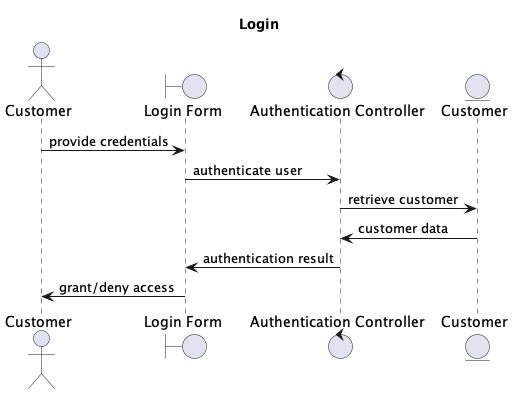
This is Analysis/Login_Robustness/Login_Robustness.png from nongxu/CSCI_6234_Spring_2026_G02, a PlantUML export, as it was before one commit. Source of this version:
```plantuml
@startuml
title Login

actor Customer

boundary "Login Form" as loginForm

control "Authentication Controller" as authControl

entity "Customer" as customerEntity

Customer -> loginForm : provide credentials
loginForm -> authControl : authenticate user
authControl -> customerEntity : retrieve customer
customerEntity -> authControl : customer data
authControl -> loginForm : authentication result
loginForm -> Customer : grant/deny access

@enduml
```
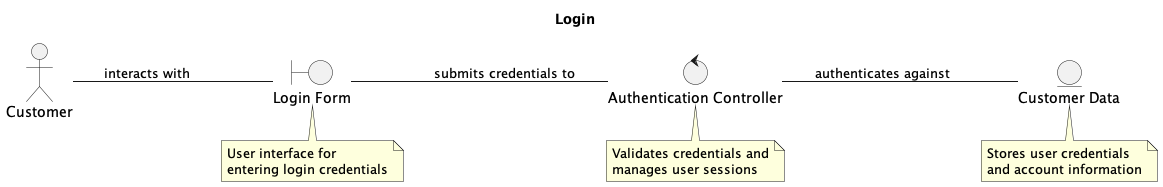
After the change.

The edit, as a diff of the source:
```diff
@@ -1,4 +1,6 @@
 @startuml
+left to right direction
+
 title Login
 
 actor Customer
@@ -7,13 +9,25 @@
 
 control "Authentication Controller" as authControl
 
-entity "Customer" as customerEntity
+entity "Customer Data" as customerEntity
 
-Customer -> loginForm : provide credentials
-loginForm -> authControl : authenticate user
-authControl -> customerEntity : retrieve customer
-customerEntity -> authControl : customer data
-authControl -> loginForm : authentication result
-loginForm -> Customer : grant/deny access
+Customer -- loginForm : interacts with
+loginForm -- authControl : submits credentials to
+authControl -- customerEntity : authenticates against
+
+note bottom of loginForm
+    User interface for
+    entering login credentials
+end note
+
+note bottom of authControl
+    Validates credentials and
+    manages user sessions
+end note
+
+note bottom of customerEntity
+    Stores user credentials
+    and account information
+end note
 
 @enduml
```
